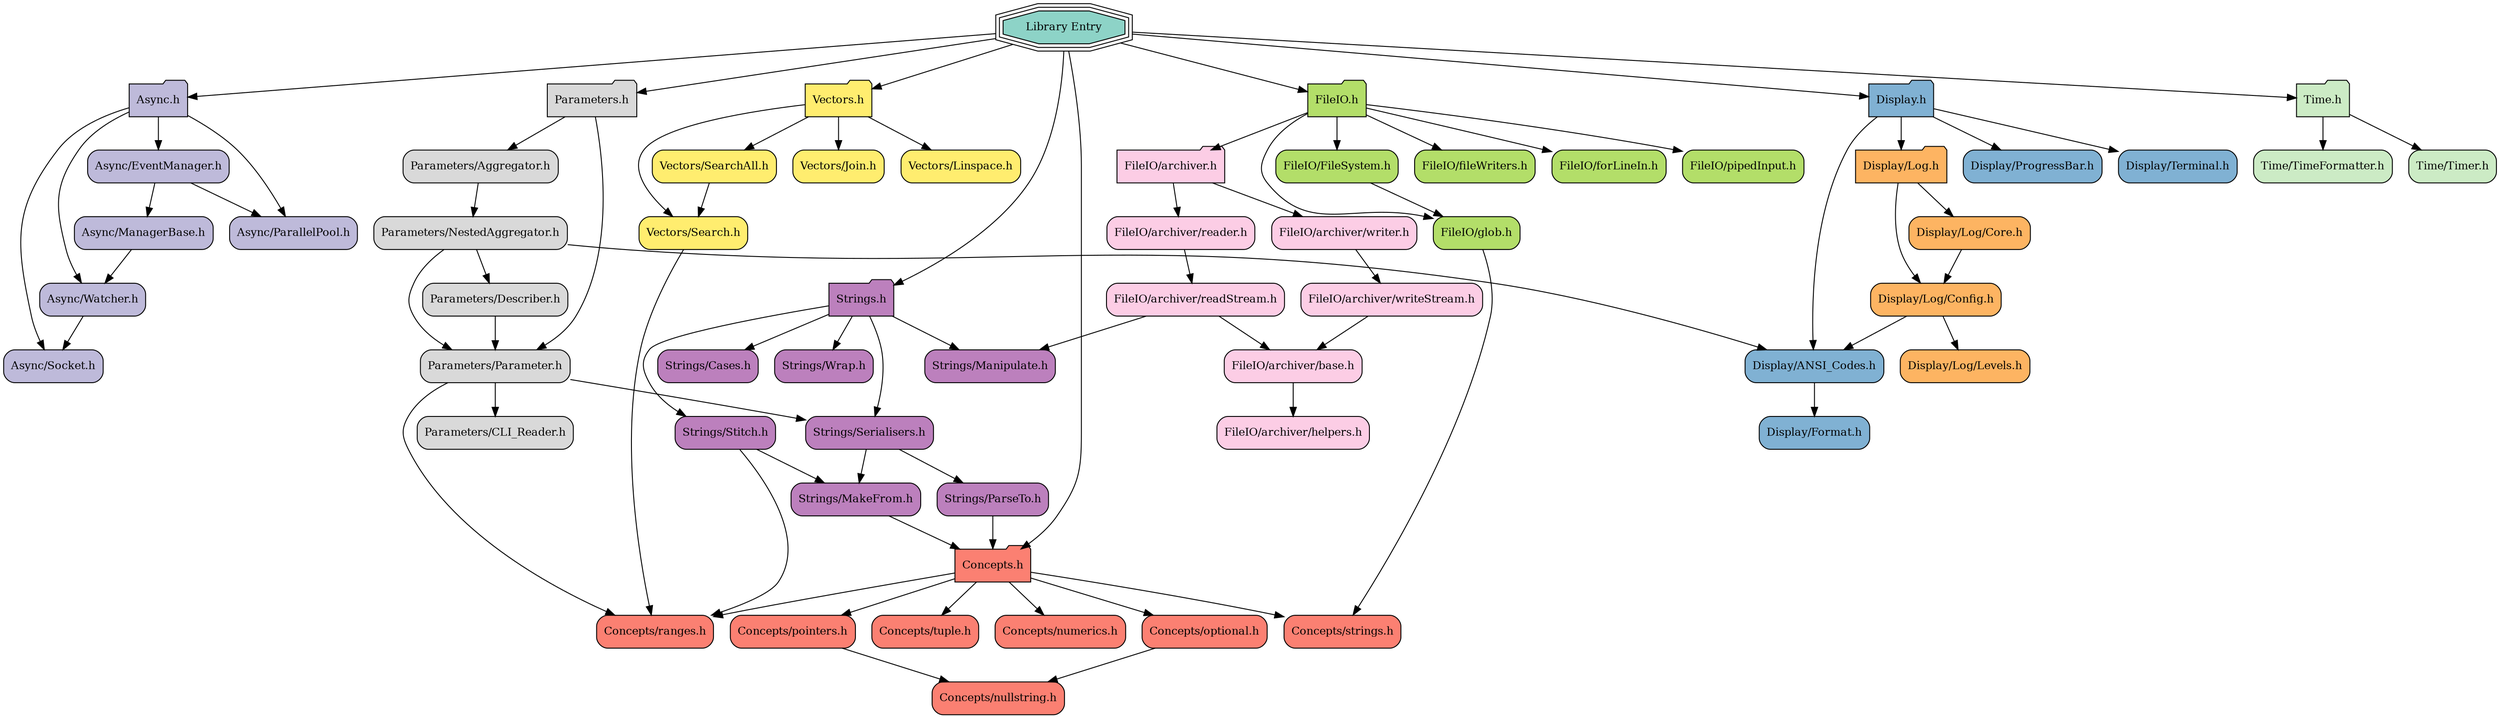
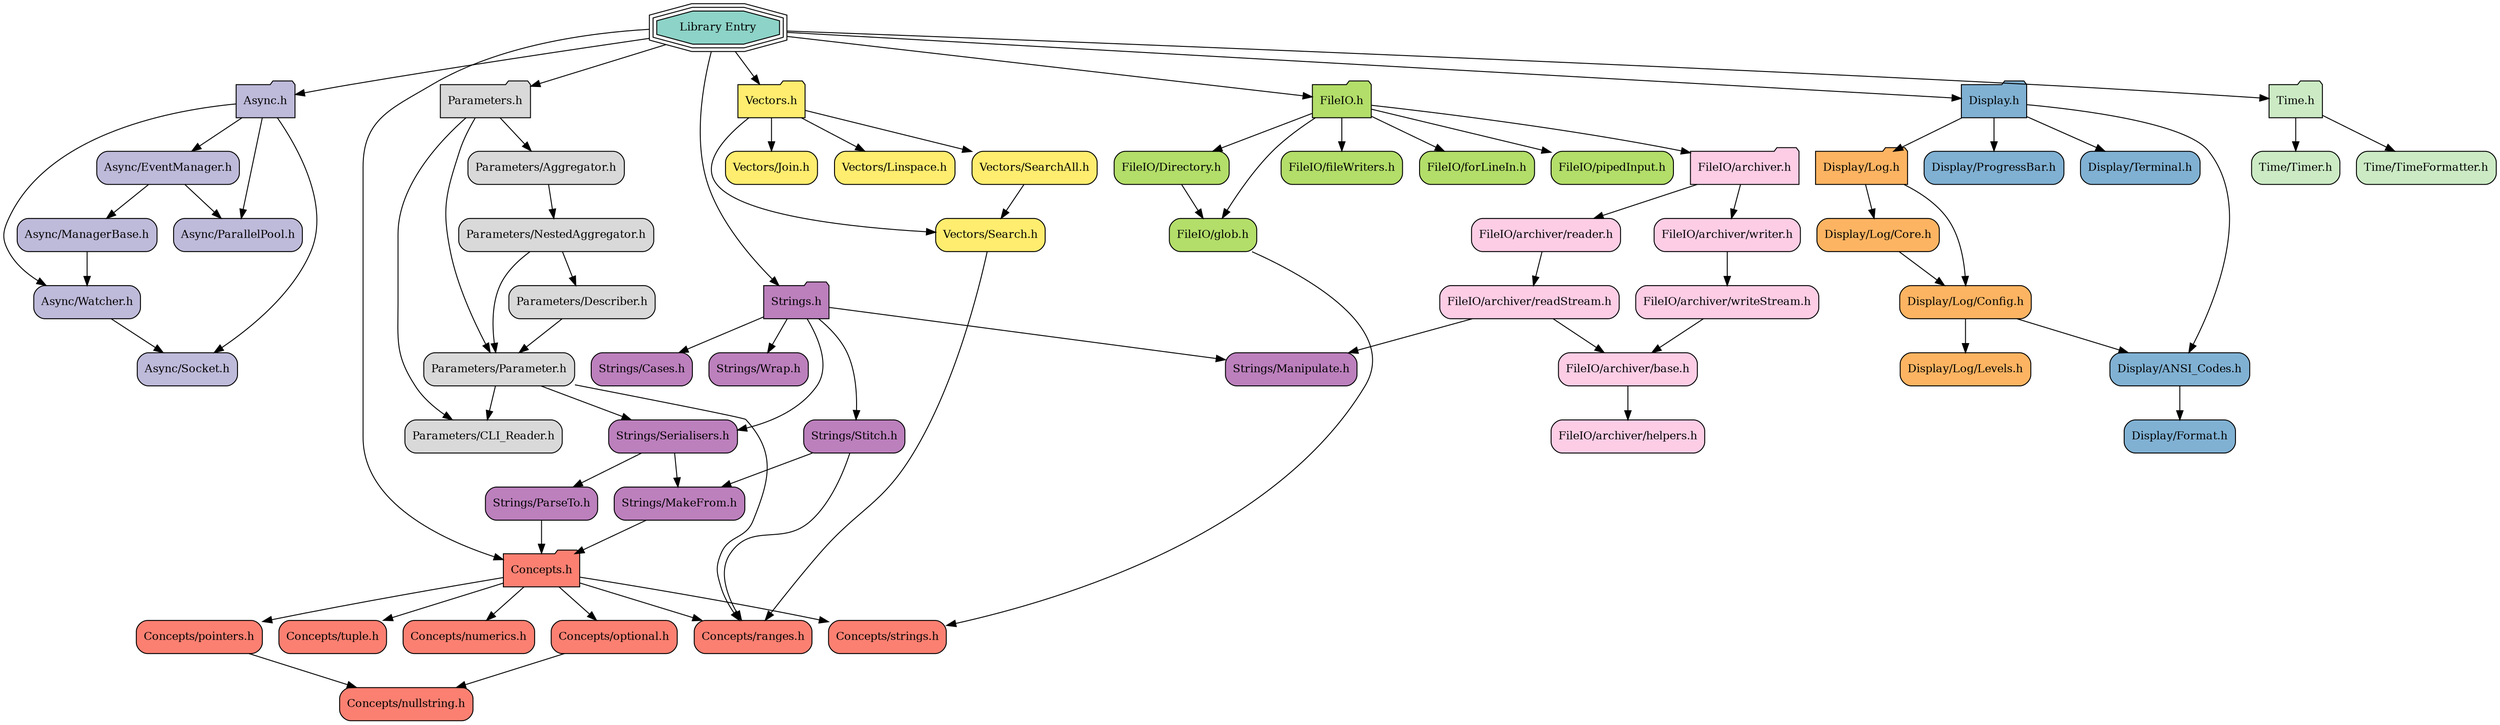
digraph codeviz {
    splines=true
    sep="+15,15"
    overlap=false

    node [shape=Mrecord, fontsize=12]

    node [fillcolor = "#8dd3c7",shape="tripleoctagon", style = "filled"] "JSL.h"                             [label = "Library Entry"]
    node [fillcolor = "#bebada", shape="folder", style = "filled"] "JSL/Async.h"                       [label = "Async.h"]
    node [fillcolor = "#bebada",shape="Mrecord", style = "filled"] "JSL/Async/EventManager.h"          [label = "Async/EventManager.h"]
    node [fillcolor = "#bebada",shape="Mrecord", style = "filled"] "JSL/Async/ManagerBase.h"           [label = "Async/ManagerBase.h"]
    node [fillcolor = "#bebada",shape="Mrecord", style = "filled"] "JSL/Async/ParallelPool.h"          [label = "Async/ParallelPool.h"]
    node [fillcolor = "#bebada",shape="Mrecord", style = "filled"] "JSL/Async/Socket.h"                [label = "Async/Socket.h"]
    node [fillcolor = "#bebada",shape="Mrecord", style = "filled"] "JSL/Async/Watcher.h"               [label = "Async/Watcher.h"]
    node [fillcolor = "#fb8072", shape="folder", style = "filled"] "JSL/Concepts.h"                    [label = "Concepts.h"]
    node [fillcolor = "#fb8072",shape="Mrecord", style = "filled"] "JSL/Concepts/nullstring.h"         [label = "Concepts/nullstring.h"]
    node [fillcolor = "#fb8072",shape="Mrecord", style = "filled"] "JSL/Concepts/numerics.h"           [label = "Concepts/numerics.h"]
    node [fillcolor = "#fb8072",shape="Mrecord", style = "filled"] "JSL/Concepts/optional.h"           [label = "Concepts/optional.h"]
    node [fillcolor = "#fb8072",shape="Mrecord", style = "filled"] "JSL/Concepts/pointers.h"           [label = "Concepts/pointers.h"]
    node [fillcolor = "#fb8072",shape="Mrecord", style = "filled"] "JSL/Concepts/ranges.h"             [label = "Concepts/ranges.h"]
    node [fillcolor = "#fb8072",shape="Mrecord", style = "filled"] "JSL/Concepts/strings.h"            [label = "Concepts/strings.h"]
    node [fillcolor = "#fb8072",shape="Mrecord", style = "filled"] "JSL/Concepts/tuple.h"              [label = "Concepts/tuple.h"]
    node [fillcolor = "#80b1d3", shape="folder", style = "filled"] "JSL/Display.h"                     [label = "Display.h"]
    node [fillcolor = "#80b1d3",shape="Mrecord", style = "filled"] "JSL/Display/ANSI_Codes.h"          [label = "Display/ANSI_Codes.h"]
    node [fillcolor = "#80b1d3",shape="Mrecord", style = "filled"] "JSL/Display/Format.h"              [label = "Display/Format.h"]
    node [fillcolor = "#fdb462", shape="folder", style = "filled"] "JSL/Display/Log.h"                 [label = "Display/Log.h"]
    node [fillcolor = "#fdb462",shape="Mrecord", style = "filled"] "JSL/Display/Log/Config.h"          [label = "Display/Log/Config.h"]
    node [fillcolor = "#fdb462",shape="Mrecord", style = "filled"] "JSL/Display/Log/Core.h"            [label = "Display/Log/Core.h"]
    node [fillcolor = "#fdb462",shape="Mrecord", style = "filled"] "JSL/Display/Log/Levels.h"          [label = "Display/Log/Levels.h"]
    node [fillcolor = "#80b1d3",shape="Mrecord", style = "filled"] "JSL/Display/ProgressBar.h"         [label = "Display/ProgressBar.h"]
    node [fillcolor = "#80b1d3",shape="Mrecord", style = "filled"] "JSL/Display/Terminal.h"            [label = "Display/Terminal.h"]
    node [fillcolor = "#b3de69", shape="folder", style = "filled"] "JSL/FileIO.h"                      [label = "FileIO.h"]
-     node [fillcolor = "#b3de69",shape="Mrecord", style = "filled"] "JSL/FileIO/FileSystem.h"           [label = "FileIO/FileSystem.h"]
+     node [fillcolor = "#b3de69",shape="Mrecord", style = "filled"] "JSL/FileIO/Directory.h"            [label = "FileIO/Directory.h"]
    node [fillcolor = "#fccde5", shape="folder", style = "filled"] "JSL/FileIO/archiver.h"             [label = "FileIO/archiver.h"]
    node [fillcolor = "#fccde5",shape="Mrecord", style = "filled"] "JSL/FileIO/archiver/base.h"        [label = "FileIO/archiver/base.h"]
    node [fillcolor = "#fccde5",shape="Mrecord", style = "filled"] "JSL/FileIO/archiver/helpers.h"     [label = "FileIO/archiver/helpers.h"]
    node [fillcolor = "#fccde5",shape="Mrecord", style = "filled"] "JSL/FileIO/archiver/readStream.h"  [label = "FileIO/archiver/readStream.h"]
    node [fillcolor = "#fccde5",shape="Mrecord", style = "filled"] "JSL/FileIO/archiver/reader.h"      [label = "FileIO/archiver/reader.h"]
    node [fillcolor = "#fccde5",shape="Mrecord", style = "filled"] "JSL/FileIO/archiver/writeStream.h" [label = "FileIO/archiver/writeStream.h"]
    node [fillcolor = "#fccde5",shape="Mrecord", style = "filled"] "JSL/FileIO/archiver/writer.h"      [label = "FileIO/archiver/writer.h"]
    node [fillcolor = "#b3de69",shape="Mrecord", style = "filled"] "JSL/FileIO/fileWriters.h"          [label = "FileIO/fileWriters.h"]
    node [fillcolor = "#b3de69",shape="Mrecord", style = "filled"] "JSL/FileIO/forLineIn.h"            [label = "FileIO/forLineIn.h"]
    node [fillcolor = "#b3de69",shape="Mrecord", style = "filled"] "JSL/FileIO/glob.h"                 [label = "FileIO/glob.h"]
    node [fillcolor = "#b3de69",shape="Mrecord", style = "filled"] "JSL/FileIO/pipedInput.h"           [label = "FileIO/pipedInput.h"]
    node [fillcolor = "#d9d9d9", shape="folder", style = "filled"] "JSL/Parameters.h"                  [label = "Parameters.h"]
    node [fillcolor = "#d9d9d9",shape="Mrecord", style = "filled"] "JSL/Parameters/Aggregator.h"       [label = "Parameters/Aggregator.h"]
    node [fillcolor = "#d9d9d9",shape="Mrecord", style = "filled"] "JSL/Parameters/CLI_Reader.h"       [label = "Parameters/CLI_Reader.h"]
    node [fillcolor = "#d9d9d9",shape="Mrecord", style = "filled"] "JSL/Parameters/Describer.h"        [label = "Parameters/Describer.h"]
    node [fillcolor = "#d9d9d9",shape="Mrecord", style = "filled"] "JSL/Parameters/NestedAggregator.h" [label = "Parameters/NestedAggregator.h"]
    node [fillcolor = "#d9d9d9",shape="Mrecord", style = "filled"] "JSL/Parameters/Parameter.h"        [label = "Parameters/Parameter.h"]
    node [fillcolor = "#bc80bd", shape="folder", style = "filled"] "JSL/Strings.h"                     [label = "Strings.h"]
    node [fillcolor = "#bc80bd",shape="Mrecord", style = "filled"] "JSL/Strings/Cases.h"               [label = "Strings/Cases.h"]
    node [fillcolor = "#bc80bd",shape="Mrecord", style = "filled"] "JSL/Strings/MakeFrom.h"            [label = "Strings/MakeFrom.h"]
    node [fillcolor = "#bc80bd",shape="Mrecord", style = "filled"] "JSL/Strings/Manipulate.h"          [label = "Strings/Manipulate.h"]
    node [fillcolor = "#bc80bd",shape="Mrecord", style = "filled"] "JSL/Strings/ParseTo.h"             [label = "Strings/ParseTo.h"]
    node [fillcolor = "#bc80bd",shape="Mrecord", style = "filled"] "JSL/Strings/Serialisers.h"         [label = "Strings/Serialisers.h"]
    node [fillcolor = "#bc80bd",shape="Mrecord", style = "filled"] "JSL/Strings/Stitch.h"              [label = "Strings/Stitch.h"]
    node [fillcolor = "#bc80bd",shape="Mrecord", style = "filled"] "JSL/Strings/Wrap.h"                [label = "Strings/Wrap.h"]
    node [fillcolor = "#ccebc5", shape="folder", style = "filled"] "JSL/Time.h"                        [label = "Time.h"]
    node [fillcolor = "#ccebc5",shape="Mrecord", style = "filled"] "JSL/Time/TimeFormatter.h"          [label = "Time/TimeFormatter.h"]
    node [fillcolor = "#ccebc5",shape="Mrecord", style = "filled"] "JSL/Time/Timer.h"                  [label = "Time/Timer.h"]
    node [fillcolor = "#ffed6f", shape="folder", style = "filled"] "JSL/Vectors.h"                     [label = "Vectors.h"]
    node [fillcolor = "#ffed6f",shape="Mrecord", style = "filled"] "JSL/Vectors/Join.h"                [label = "Vectors/Join.h"]
    node [fillcolor = "#ffed6f",shape="Mrecord", style = "filled"] "JSL/Vectors/Linspace.h"            [label = "Vectors/Linspace.h"]
    node [fillcolor = "#ffed6f",shape="Mrecord", style = "filled"] "JSL/Vectors/Search.h"              [label = "Vectors/Search.h"]
    node [fillcolor = "#ffed6f",shape="Mrecord", style = "filled"] "JSL/Vectors/SearchAll.h"           [label = "Vectors/SearchAll.h"]

    "JSL.h"                             -> "JSL/Display.h"
    "JSL.h"                             -> "JSL/FileIO.h"
    "JSL.h"                             -> "JSL/Parameters.h"
    "JSL.h"                             -> "JSL/Strings.h"
    "JSL.h"                             -> "JSL/Time.h"
    "JSL.h"                             -> "JSL/Vectors.h"
    "JSL.h"                             -> "JSL/Async.h"
    "JSL.h"                             -> "JSL/Concepts.h"
    "JSL/Async.h"                       -> "JSL/Async/Socket.h"
    "JSL/Async.h"                       -> "JSL/Async/Watcher.h"
    "JSL/Async.h"                       -> "JSL/Async/EventManager.h"
    "JSL/Async.h"                       -> "JSL/Async/ParallelPool.h"
    "JSL/Async/EventManager.h"          -> "JSL/Async/ManagerBase.h"
    "JSL/Async/EventManager.h"          -> "JSL/Async/ParallelPool.h"
    "JSL/Async/ManagerBase.h"           -> "JSL/Async/Watcher.h"
    "JSL/Async/Watcher.h"               -> "JSL/Async/Socket.h"
    "JSL/Concepts.h"                    -> "JSL/Concepts/ranges.h"
    "JSL/Concepts.h"                    -> "JSL/Concepts/tuple.h"
    "JSL/Concepts.h"                    -> "JSL/Concepts/numerics.h"
    "JSL/Concepts.h"                    -> "JSL/Concepts/strings.h"
    "JSL/Concepts.h"                    -> "JSL/Concepts/pointers.h"
    "JSL/Concepts.h"                    -> "JSL/Concepts/optional.h"
    "JSL/Concepts/optional.h"           -> "JSL/Concepts/nullstring.h"
    "JSL/Concepts/pointers.h"           -> "JSL/Concepts/nullstring.h"
    "JSL/Display.h"                     -> "JSL/Display/Log.h"
    "JSL/Display.h"                     -> "JSL/Display/ANSI_Codes.h"
    "JSL/Display.h"                     -> "JSL/Display/ProgressBar.h"
    "JSL/Display.h"                     -> "JSL/Display/Terminal.h"
    "JSL/Display/ANSI_Codes.h"          -> "JSL/Display/Format.h"
    "JSL/Display/Log.h"                 -> "JSL/Display/Log/Core.h"
    "JSL/Display/Log.h"                 -> "JSL/Display/Log/Config.h"
    "JSL/Display/Log/Config.h"          -> "JSL/Display/Log/Levels.h"
    "JSL/Display/Log/Config.h"          -> "JSL/Display/ANSI_Codes.h"
    "JSL/Display/Log/Core.h"            -> "JSL/Display/Log/Config.h"
    "JSL/FileIO.h"                      -> "JSL/FileIO/forLineIn.h"
-     "JSL/FileIO.h"                      -> "JSL/FileIO/FileSystem.h"
+     "JSL/FileIO.h"                      -> "JSL/FileIO/Directory.h"
    "JSL/FileIO.h"                      -> "JSL/FileIO/fileWriters.h"
    "JSL/FileIO.h"                      -> "JSL/FileIO/pipedInput.h"
    "JSL/FileIO.h"                      -> "JSL/FileIO/archiver.h"
    "JSL/FileIO.h"                      -> "JSL/FileIO/glob.h"
-     "JSL/FileIO/FileSystem.h"           -> "JSL/FileIO/glob.h"
+     "JSL/FileIO/Directory.h"            -> "JSL/FileIO/glob.h"
    "JSL/FileIO/archiver.h"             -> "JSL/FileIO/archiver/writer.h"
    "JSL/FileIO/archiver.h"             -> "JSL/FileIO/archiver/reader.h"
    "JSL/FileIO/archiver/base.h"        -> "JSL/FileIO/archiver/helpers.h"
    "JSL/FileIO/archiver/readStream.h"  -> "JSL/Strings/Manipulate.h"
    "JSL/FileIO/archiver/readStream.h"  -> "JSL/FileIO/archiver/base.h"
    "JSL/FileIO/archiver/reader.h"      -> "JSL/FileIO/archiver/readStream.h"
    "JSL/FileIO/archiver/writeStream.h" -> "JSL/FileIO/archiver/base.h"
    "JSL/FileIO/archiver/writer.h"      -> "JSL/FileIO/archiver/writeStream.h"
    "JSL/FileIO/glob.h"                       -> "JSL/Concepts/strings.h"[weight=0.3]
    "JSL/Parameters.h"                  -> "JSL/Parameters/Parameter.h"
    "JSL/Parameters.h"                  -> "JSL/Parameters/Aggregator.h"
+     "JSL/Parameters.h"                  -> "JSL/Parameters/CLI_Reader.h"
    "JSL/Parameters/Aggregator.h"       -> "JSL/Parameters/NestedAggregator.h"
    "JSL/Parameters/Describer.h"        -> "JSL/Parameters/Parameter.h"
    "JSL/Parameters/NestedAggregator.h" -> "JSL/Parameters/Parameter.h"
-     "JSL/Parameters/NestedAggregator.h" -> "JSL/Display/ANSI_Codes.h"
    "JSL/Parameters/NestedAggregator.h" -> "JSL/Parameters/Describer.h"
    "JSL/Parameters/Parameter.h"              -> "JSL/Concepts/ranges.h"[weight=0.3]
    "JSL/Parameters/Parameter.h"        -> "JSL/Strings/Serialisers.h"
    "JSL/Parameters/Parameter.h"        -> "JSL/Parameters/CLI_Reader.h"
    "JSL/Strings.h"                     -> "JSL/Strings/Serialisers.h"
    "JSL/Strings.h"                     -> "JSL/Strings/Cases.h"
    "JSL/Strings.h"                     -> "JSL/Strings/Manipulate.h"
    "JSL/Strings.h"                     -> "JSL/Strings/Stitch.h"
    "JSL/Strings.h"                     -> "JSL/Strings/Wrap.h"
    "JSL/Strings/MakeFrom.h"            -> "JSL/Concepts.h"
    "JSL/Strings/ParseTo.h"             -> "JSL/Concepts.h"
    "JSL/Strings/Serialisers.h"         -> "JSL/Strings/MakeFrom.h"
    "JSL/Strings/Serialisers.h"         -> "JSL/Strings/ParseTo.h"
    "JSL/Strings/Stitch.h"              -> "JSL/Strings/MakeFrom.h"
    "JSL/Strings/Stitch.h"                    -> "JSL/Concepts/ranges.h"[weight=0.3]
    "JSL/Time.h"                        -> "JSL/Time/Timer.h"
    "JSL/Time.h"                        -> "JSL/Time/TimeFormatter.h"
    "JSL/Vectors.h"                     -> "JSL/Vectors/Search.h"
    "JSL/Vectors.h"                     -> "JSL/Vectors/SearchAll.h"
    "JSL/Vectors.h"                     -> "JSL/Vectors/Join.h"
    "JSL/Vectors.h"                     -> "JSL/Vectors/Linspace.h"
    "JSL/Vectors/Search.h"                    -> "JSL/Concepts/ranges.h"[weight=0.3]
    "JSL/Vectors/SearchAll.h"           -> "JSL/Vectors/Search.h"
}
